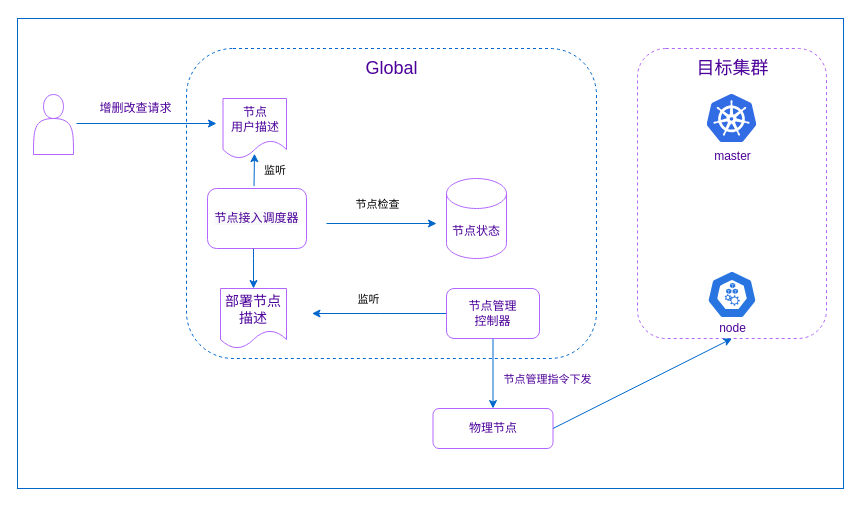
The draw.io diagram page "节点管理" (2 of 8) of cloud-edge-softarch.drawio in lmxia/system_designs, before the edit. Source tidied: cells renumbered, new cells numbered last; positions are measured from the earlier drawing's top-left corner, leaving out a move shared by most shapes. Both pictures are drawn from the tidied source at 100%, with x=0, y=0 at pixel (17, 18).
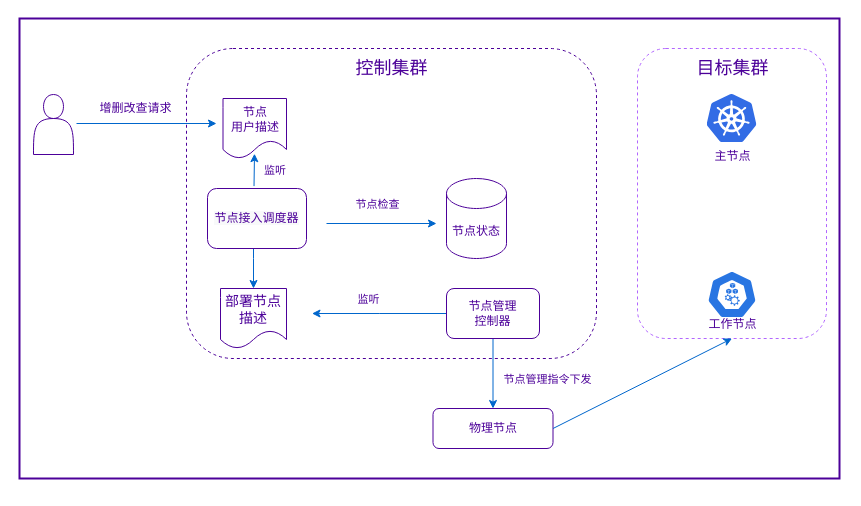
Above is the later version.

The change refers to these unchanged cells:
```xml
<mxCell id="7" style="endArrow=classic;html=1;entryX=0;entryY=0.5;entryDx=0;entryDy=0;exitX=1;exitY=0.5;exitDx=0;exitDy=0;strokeColor=#0066CC;" parent="1" edge="1">
  <mxGeometry relative="1" as="geometry">
    <mxPoint x="309" y="205" as="sourcePoint" />
    <mxPoint x="419" y="205" as="targetPoint" />
  </mxGeometry>
</mxCell>
<mxCell id="14" style="edgeStyle=orthogonalEdgeStyle;rounded=0;jettySize=auto;html=1;strokeColor=#0066CC;" parent="1" edge="1" source="16">
  <mxGeometry relative="1" as="geometry">
    <mxPoint x="294.5" y="295" as="targetPoint" />
  </mxGeometry>
</mxCell>
```

Diff of the diagram source:
```diff
@@
-    <mxCell id="2" style="rounded=0;whiteSpace=wrap;html=1;strokeColor=#0066CC;" parent="1" vertex="1">
-      <mxGeometry width="826" height="470" as="geometry" />
+    <mxCell id="2" style="rounded=0;whiteSpace=wrap;html=1;strokeColor=#4C0099;strokeWidth=2;" parent="1" vertex="1">
+      <mxGeometry x="2" width="820" height="460" as="geometry" />
     </mxCell>
-    <mxCell id="3" style="rounded=1;whiteSpace=wrap;html=1;dashed=1;strokeColor=#0066CC;" parent="1" vertex="1">
+    <mxCell id="3" style="rounded=1;whiteSpace=wrap;html=1;dashed=1;strokeColor=#4C0099;" parent="1" vertex="1">
       <mxGeometry x="169" y="30" width="410" height="310" as="geometry" />
     </mxCell>
@@
-    <mxCell id="5" value="&amp;nbsp;监听" style="endArrow=classic;html=1;entryX=0.496;entryY=0.92;entryDx=0;entryDy=0;entryPerimeter=0;exitX=0.47;exitY=-0.04;exitDx=0;exitDy=0;exitPerimeter=0;strokeColor=#0066CC;" parent="1" edge="1" source="13" target="24">
+    <mxCell id="5" value="&lt;font color=&quot;#4c0099&quot;&gt;&amp;nbsp;监听&lt;/font&gt;" style="endArrow=classic;html=1;entryX=0.496;entryY=0.92;entryDx=0;entryDy=0;entryPerimeter=0;exitX=0.47;exitY=-0.04;exitDx=0;exitDy=0;exitPerimeter=0;strokeColor=#0066CC;" parent="1" edge="1" source="13" target="24">
       <mxGeometry y="-19" relative="1" as="geometry" />
     </mxCell>
@@
-    <mxCell id="8" value="节点检查" style="edgeLabel;html=1;align=center;verticalAlign=middle;" parent="7" vertex="1">
+    <mxCell id="8" value="&lt;font color=&quot;#4c0099&quot;&gt;节点检查&lt;/font&gt;" style="edgeLabel;html=1;align=center;verticalAlign=middle;" parent="7" vertex="1">
       <mxGeometry x="-0.01" relative="1" as="geometry">
         <mxPoint x="-4" y="-20" as="offset" />
       </mxGeometry>
     </mxCell>
@@
-    <mxCell id="11" value="&lt;font color=&quot;#4c0099&quot;&gt;物理节点&lt;/font&gt;" style="rounded=1;whiteSpace=wrap;html=1;strokeColor=#B266FF;" parent="1" vertex="1">
+    <mxCell id="11" value="&lt;font color=&quot;#4c0099&quot;&gt;物理节点&lt;/font&gt;" style="rounded=1;whiteSpace=wrap;html=1;strokeColor=#4C0099;" parent="1" vertex="1">
       <mxGeometry x="415.5" y="390" width="120" height="40" as="geometry" />
     </mxCell>
@@
-    <mxCell id="13" value="&lt;span style=&quot;font-family: &amp;#34;helvetica&amp;#34; ; font-size: 12px ; font-style: normal ; font-weight: 400 ; letter-spacing: normal ; text-align: center ; text-indent: 0px ; text-transform: none ; word-spacing: 0px ; background-color: rgb(248 , 249 , 250) ; display: inline ; float: none&quot;&gt;&lt;font color=&quot;#4c0099&quot;&gt;节点接入调度器&lt;/font&gt;&lt;/span&gt;" style="rounded=1;whiteSpace=wrap;html=1;strokeColor=#B266FF;" parent="1" vertex="1">
+    <mxCell id="13" value="&lt;span style=&quot;font-family: &amp;#34;helvetica&amp;#34; ; font-size: 12px ; font-style: normal ; font-weight: 400 ; letter-spacing: normal ; text-align: center ; text-indent: 0px ; text-transform: none ; word-spacing: 0px ; background-color: rgb(248 , 249 , 250) ; display: inline ; float: none&quot;&gt;&lt;font color=&quot;#4c0099&quot;&gt;节点接入调度器&lt;/font&gt;&lt;/span&gt;" style="rounded=1;whiteSpace=wrap;html=1;strokeColor=#4C0099;" parent="1" vertex="1">
       <mxGeometry x="190" y="170" width="99" height="60" as="geometry" />
     </mxCell>
@@
-    <mxCell id="15" value="监听" style="edgeLabel;html=1;align=center;verticalAlign=middle;" parent="14" vertex="1">
+    <mxCell id="15" value="&lt;font color=&quot;#4c0099&quot;&gt;监听&lt;/font&gt;" style="edgeLabel;html=1;align=center;verticalAlign=middle;" parent="14" vertex="1">
       <mxGeometry x="0.17" y="-3" relative="1" as="geometry">
         <mxPoint y="-12" as="offset" />
       </mxGeometry>
     </mxCell>
-    <mxCell id="16" value="&lt;span&gt;&lt;font color=&quot;#4c0099&quot;&gt;节点管理&lt;br&gt;控制器&lt;/font&gt;&lt;/span&gt;" style="rounded=1;whiteSpace=wrap;html=1;strokeColor=#B266FF;" parent="1" vertex="1">
+    <mxCell id="16" value="&lt;span&gt;&lt;font color=&quot;#4c0099&quot;&gt;节点管理&lt;br&gt;控制器&lt;/font&gt;&lt;/span&gt;" style="rounded=1;whiteSpace=wrap;html=1;strokeColor=#4C0099;" parent="1" vertex="1">
       <mxGeometry x="429" y="270" width="93" height="50" as="geometry" />
     </mxCell>
-    <mxCell id="17" value="&lt;font style=&quot;font-size: 18px&quot; color=&quot;#4c0099&quot;&gt;Global&lt;/font&gt;" style="text;html=1;align=center;verticalAlign=middle;fillColor=none;strokeColor=none;rounded=0;" parent="1" vertex="1">
-      <mxGeometry x="339" y="40" width="70" height="20" as="geometry" />
+    <mxCell id="17" value="&lt;font style=&quot;font-size: 18px&quot; color=&quot;#4c0099&quot;&gt;控制集群&lt;/font&gt;" style="text;html=1;align=center;verticalAlign=middle;fillColor=none;strokeColor=none;rounded=0;" parent="1" vertex="1">
+      <mxGeometry x="329" y="40" width="90" height="20" as="geometry" />
     </mxCell>
@@
-    <mxCell id="21" value="&lt;font color=&quot;#4c0099&quot;&gt;master&lt;/font&gt;" style="html=1;align=center;image;fontSize=12;image=img/lib/mscae/Kubernetes.svg;rounded=1;fillColor=#ffffff;gradientColor=none;" parent="1" vertex="1">
+    <mxCell id="21" value="&lt;font color=&quot;#4c0099&quot;&gt;主节点&lt;/font&gt;" style="html=1;align=center;image;fontSize=12;image=img/lib/mscae/Kubernetes.svg;rounded=1;fillColor=#ffffff;gradientColor=none;" parent="1" vertex="1">
       <mxGeometry x="689.5" y="76" width="50" height="48" as="geometry" />
     </mxCell>
@@
-    <mxCell id="23" value="&lt;font color=&quot;#4c0099&quot;&gt;node&lt;/font&gt;" style="text;html=1;align=center;verticalAlign=middle;fillColor=none;strokeColor=none;rounded=0;" parent="1" vertex="1">
-      <mxGeometry x="694.5" y="300" width="40" height="20" as="geometry" />
+    <mxCell id="23" value="&lt;font color=&quot;#4c0099&quot;&gt;工作节点&lt;/font&gt;" style="text;html=1;align=center;verticalAlign=middle;fillColor=none;strokeColor=none;rounded=0;" parent="1" vertex="1">
+      <mxGeometry x="684.5" y="296" width="60" height="20" as="geometry" />
     </mxCell>
-    <mxCell id="24" value="&lt;font style=&quot;font-size: 12px&quot; color=&quot;#4c0099&quot;&gt;&lt;span style=&quot;text-align: left&quot;&gt;节点&lt;/span&gt;&lt;br style=&quot;text-align: left&quot;&gt;&lt;span style=&quot;text-align: left&quot;&gt;用户描述&lt;/span&gt;&lt;/font&gt;" style="shape=document;whiteSpace=wrap;html=1;boundedLbl=1;rounded=1;fillColor=#ffffff;gradientColor=none;strokeColor=#B266FF;" parent="1" vertex="1">
+    <mxCell id="24" value="&lt;font style=&quot;font-size: 12px&quot; color=&quot;#4c0099&quot;&gt;&lt;span style=&quot;text-align: left&quot;&gt;节点&lt;/span&gt;&lt;br style=&quot;text-align: left&quot;&gt;&lt;span style=&quot;text-align: left&quot;&gt;用户描述&lt;/span&gt;&lt;/font&gt;" style="shape=document;whiteSpace=wrap;html=1;boundedLbl=1;rounded=1;fillColor=#ffffff;gradientColor=none;strokeColor=#4C0099;" parent="1" vertex="1">
       <mxGeometry x="205.5" y="80" width="63.5" height="60" as="geometry" />
     </mxCell>
-    <mxCell id="25" value="&lt;span style=&quot;font-size: 14px ; text-align: left&quot;&gt;&lt;font color=&quot;#4c0099&quot;&gt;部署节点描述&lt;/font&gt;&lt;/span&gt;" style="shape=document;whiteSpace=wrap;html=1;boundedLbl=1;rounded=1;fillColor=#ffffff;gradientColor=none;strokeColor=#B266FF;" parent="1" vertex="1">
+    <mxCell id="25" value="&lt;span style=&quot;font-size: 14px ; text-align: left&quot;&gt;&lt;font color=&quot;#4c0099&quot;&gt;部署节点描述&lt;/font&gt;&lt;/span&gt;" style="shape=document;whiteSpace=wrap;html=1;boundedLbl=1;rounded=1;fillColor=#ffffff;gradientColor=none;strokeColor=#4C0099;" parent="1" vertex="1">
       <mxGeometry x="203" y="270" width="66" height="60" as="geometry" />
     </mxCell>
-    <mxCell id="26" value="&lt;span&gt;&lt;font color=&quot;#4c0099&quot;&gt;节点状态&lt;/font&gt;&lt;/span&gt;" style="shape=cylinder3;whiteSpace=wrap;html=1;boundedLbl=1;backgroundOutline=1;size=15;rounded=1;fillColor=#ffffff;gradientColor=none;strokeColor=#B266FF;" parent="1" vertex="1">
+    <mxCell id="26" value="&lt;span&gt;&lt;font color=&quot;#4c0099&quot;&gt;节点状态&lt;/font&gt;&lt;/span&gt;" style="shape=cylinder3;whiteSpace=wrap;html=1;boundedLbl=1;backgroundOutline=1;size=15;rounded=1;fillColor=#ffffff;gradientColor=none;strokeColor=#4C0099;" parent="1" vertex="1">
       <mxGeometry x="429" y="160" width="60" height="80" as="geometry" />
     </mxCell>
-    <mxCell id="27" style="shape=actor;whiteSpace=wrap;html=1;strokeColor=#B266FF;" parent="1" vertex="1">
+    <mxCell id="27" style="shape=actor;whiteSpace=wrap;html=1;strokeColor=#4C0099;" parent="1" vertex="1">
       <mxGeometry x="16" y="76" width="40" height="60" as="geometry" />
     </mxCell>
```
